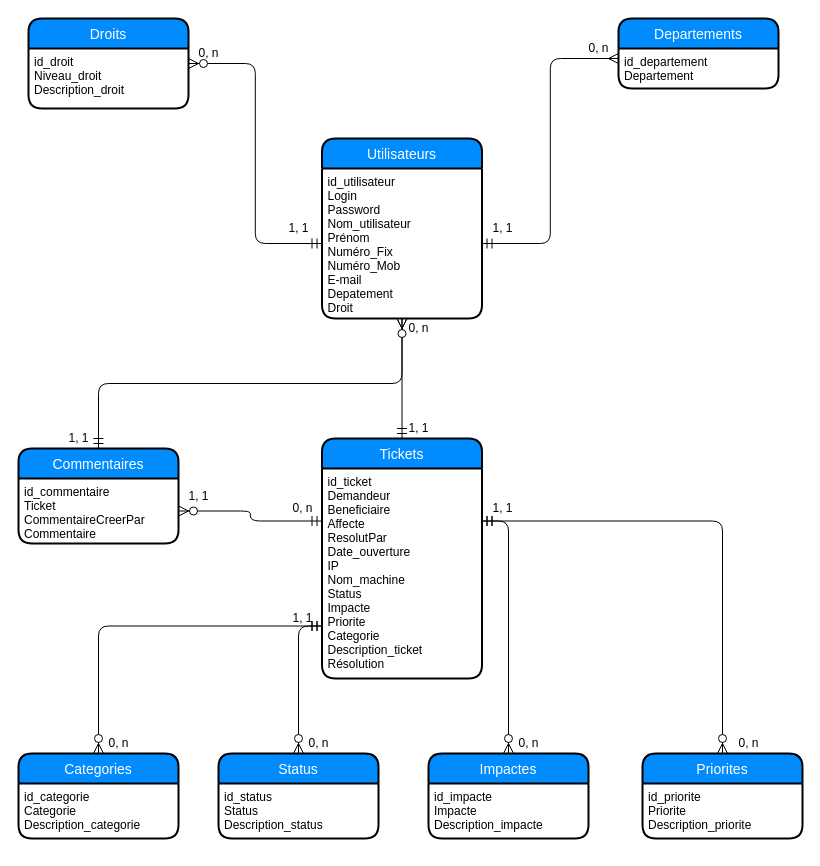
Hero-Chan/Projet_Ticketing keeps this draw.io diagram as Base de données/MCD_MPTicket.drawio. Above is the earlier version. Source tidied: cells renumbered, new cells numbered last; positions are measured from the earlier drawing's top-left corner, leaving out a move shared by most shapes. Both pictures are drawn from the tidied source at 100%, with x=0, y=0 at pixel (18, 18).
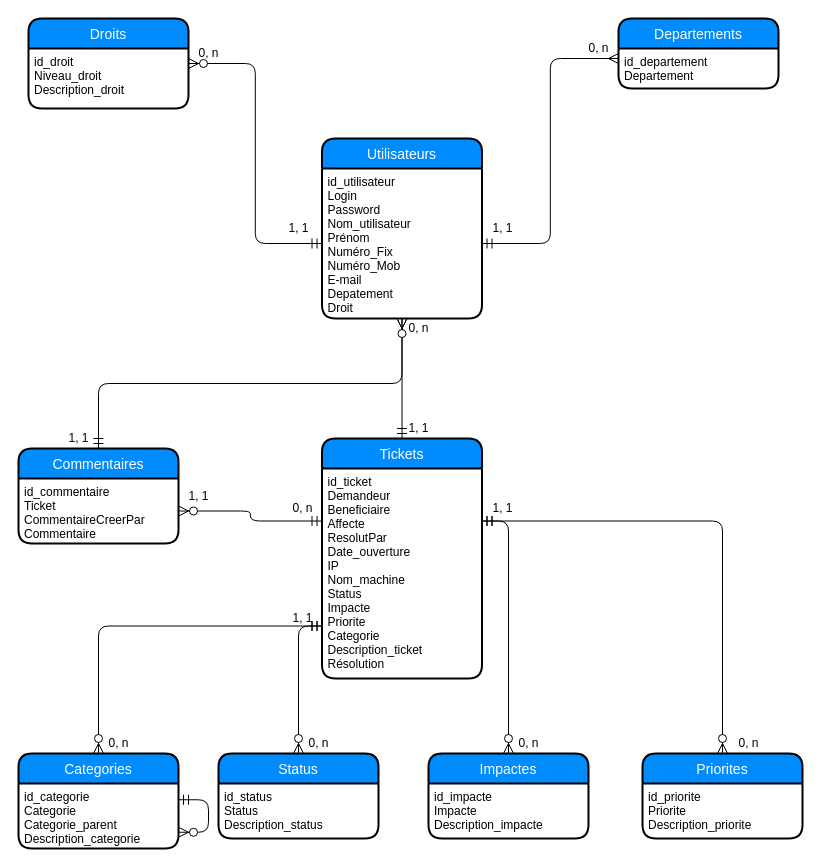
Above is the later version.

What changed in the source:
```diff
@@
     <mxCell id="39" value="Categories" style="swimlane;horizontal=1;startSize=30;fillColor=#008cff;fontColor=#FFFFFF;rounded=1;fontSize=14;fontStyle=0;strokeWidth=2;shadow=0;dashed=0;align=center;" parent="1" vertex="1">
-      <mxGeometry y="735" width="160" height="85" as="geometry" />
+      <mxGeometry y="735" width="160" height="95" as="geometry" />
     </mxCell>
-    <mxCell id="40" value="id_categorie&#10;Categorie&#10;Description_categorie&#10;" style="align=left;strokeColor=none;fillColor=none;spacingLeft=4;fontSize=12;verticalAlign=top;" parent="39" vertex="1">
-      <mxGeometry y="30" width="160" height="55" as="geometry" />
+    <mxCell id="40" value="id_categorie&#10;Categorie&#10;Categorie_parent&#10;Description_categorie&#10;" style="align=left;strokeColor=none;fillColor=none;spacingLeft=4;fontSize=12;verticalAlign=top;" parent="39" vertex="1">
+      <mxGeometry y="30" width="160" height="65" as="geometry" />
     </mxCell>
+    <mxCell id="44" style="edgeStyle=orthogonalEdgeStyle;endArrow=ERzeroToMany;startArrow=ERmandOne;shadow=0;strokeWidth=1;endSize=8;startSize=8;exitX=1;exitY=0.25;exitDx=0;exitDy=0;entryX=1;entryY=0.75;entryDx=0;entryDy=0;" parent="39" edge="1" source="40" target="40">
+      <mxGeometry relative="1" as="geometry">
+        <Array as="points">
+          <mxPoint x="190" y="46" />
+          <mxPoint x="190" y="79" />
+        </Array>
+      </mxGeometry>
+    </mxCell>
```
